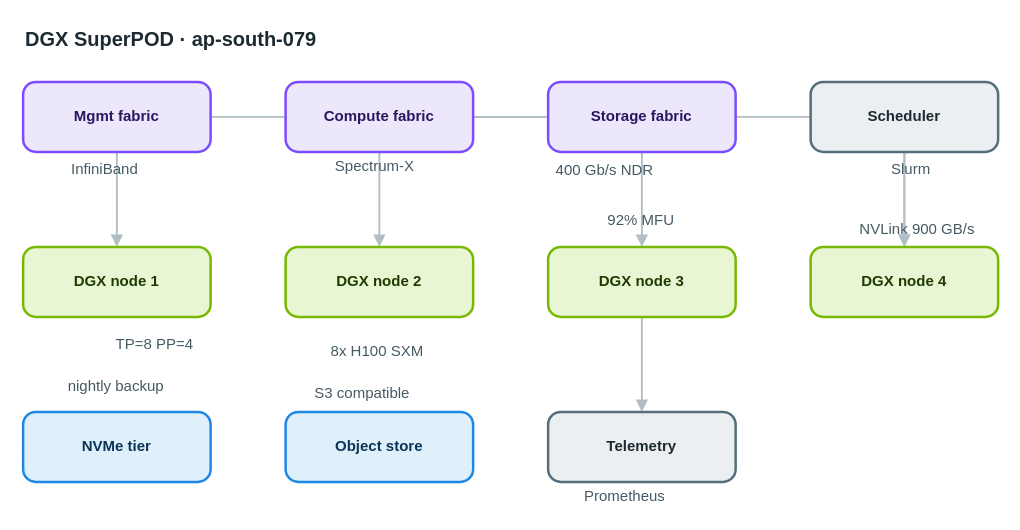
Before: apps/web/public/samples/library/079-dgx-superpod.drawio in AryanG01/open-apprentice, a draw.io diagram. Source tidied: cells renumbered, new cells numbered last; positions are measured from the earlier drawing's top-left corner, leaving out a move shared by most shapes. Both pictures are drawn from the tidied source at 125%, with x=0, y=0 at pixel (22, 21).
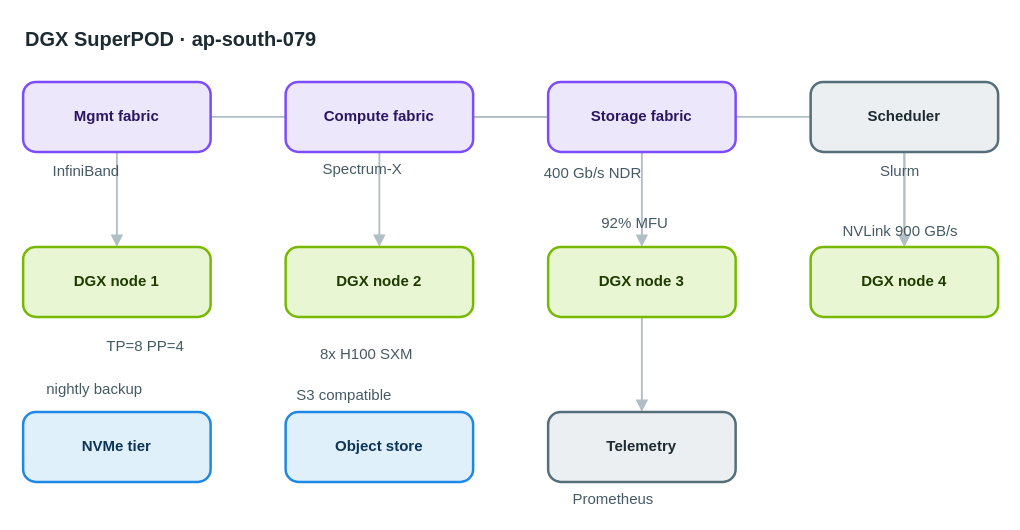
The same page after the edit.

Change to the diagram source:
```diff
@@
-    <mxCell id="20" value="InfiniBand" style="text;html=1;align=center;verticalAlign=middle;whiteSpace=nowrap;strokeColor=none;fillColor=none;fontSize=12;fontColor=#455a64;" parent="1" vertex="1">
+    <mxCell id="20" value="InfiniBand" style="text;html=1;align=left;verticalAlign=top;whiteSpace=nowrap;spacing=0;spacingTop=0;strokeColor=none;fillColor=none;fontSize=12;fontColor=#455a64;" parent="1" vertex="1">
       <mxGeometry x="24" y="108" width="82" height="20" as="geometry" />
     </mxCell>
-    <mxCell id="21" value="Spectrum-X" style="text;html=1;align=center;verticalAlign=middle;whiteSpace=nowrap;strokeColor=none;fillColor=none;fontSize=12;fontColor=#455a64;" parent="1" vertex="1">
+    <mxCell id="21" value="Spectrum-X" style="text;html=1;align=left;verticalAlign=top;whiteSpace=nowrap;spacing=0;spacingTop=0;strokeColor=none;fillColor=none;fontSize=12;fontColor=#455a64;" parent="1" vertex="1">
       <mxGeometry x="240" y="106" width="82" height="20" as="geometry" />
     </mxCell>
-    <mxCell id="22" value="400 Gb/s NDR" style="text;html=1;align=center;verticalAlign=middle;whiteSpace=nowrap;strokeColor=none;fillColor=none;fontSize=12;fontColor=#455a64;" parent="1" vertex="1">
+    <mxCell id="22" value="400 Gb/s NDR" style="text;html=1;align=left;verticalAlign=top;whiteSpace=nowrap;spacing=0;spacingTop=0;strokeColor=none;fillColor=none;fontSize=12;fontColor=#455a64;" parent="1" vertex="1">
       <mxGeometry x="417" y="109" width="96" height="20" as="geometry" />
     </mxCell>
-    <mxCell id="23" value="TP=8 PP=4" style="text;html=1;align=center;verticalAlign=middle;whiteSpace=nowrap;strokeColor=none;fillColor=none;fontSize=12;fontColor=#455a64;" parent="1" vertex="1">
+    <mxCell id="23" value="TP=8 PP=4" style="text;html=1;align=left;verticalAlign=top;whiteSpace=nowrap;spacing=0;spacingTop=0;strokeColor=none;fillColor=none;fontSize=12;fontColor=#455a64;" parent="1" vertex="1">
       <mxGeometry x="67" y="248" width="75" height="20" as="geometry" />
     </mxCell>
-    <mxCell id="24" value="8x H100 SXM" style="text;html=1;align=center;verticalAlign=middle;whiteSpace=nowrap;strokeColor=none;fillColor=none;fontSize=12;fontColor=#455a64;" parent="1" vertex="1">
+    <mxCell id="24" value="8x H100 SXM" style="text;html=1;align=left;verticalAlign=top;whiteSpace=nowrap;spacing=0;spacingTop=0;strokeColor=none;fillColor=none;fontSize=12;fontColor=#455a64;" parent="1" vertex="1">
       <mxGeometry x="238" y="254" width="89" height="20" as="geometry" />
     </mxCell>
-    <mxCell id="25" value="92% MFU" style="text;html=1;align=center;verticalAlign=middle;whiteSpace=nowrap;strokeColor=none;fillColor=none;fontSize=12;fontColor=#455a64;" parent="1" vertex="1">
+    <mxCell id="25" value="92% MFU" style="text;html=1;align=left;verticalAlign=top;whiteSpace=nowrap;spacing=0;spacingTop=0;strokeColor=none;fillColor=none;fontSize=12;fontColor=#455a64;" parent="1" vertex="1">
       <mxGeometry x="463" y="149" width="61" height="20" as="geometry" />
     </mxCell>
-    <mxCell id="26" value="NVLink 900 GB/s" style="text;html=1;align=center;verticalAlign=middle;whiteSpace=nowrap;strokeColor=none;fillColor=none;fontSize=12;fontColor=#455a64;" parent="1" vertex="1">
+    <mxCell id="26" value="NVLink 900 GB/s" style="text;html=1;align=left;verticalAlign=top;whiteSpace=nowrap;spacing=0;spacingTop=0;strokeColor=none;fillColor=none;fontSize=12;fontColor=#455a64;" parent="1" vertex="1">
       <mxGeometry x="656" y="156" width="117" height="20" as="geometry" />
     </mxCell>
-    <mxCell id="27" value="nightly backup" style="text;html=1;align=center;verticalAlign=middle;whiteSpace=nowrap;strokeColor=none;fillColor=none;fontSize=12;fontColor=#455a64;" parent="1" vertex="1">
+    <mxCell id="27" value="nightly backup" style="text;html=1;align=left;verticalAlign=top;whiteSpace=nowrap;spacing=0;spacingTop=0;strokeColor=none;fillColor=none;fontSize=12;fontColor=#455a64;" parent="1" vertex="1">
       <mxGeometry x="19" y="282" width="110" height="20" as="geometry" />
     </mxCell>
-    <mxCell id="28" value="S3 compatible" style="text;html=1;align=center;verticalAlign=middle;whiteSpace=nowrap;strokeColor=none;fillColor=none;fontSize=12;fontColor=#455a64;" parent="1" vertex="1">
+    <mxCell id="28" value="S3 compatible" style="text;html=1;align=left;verticalAlign=top;whiteSpace=nowrap;spacing=0;spacingTop=0;strokeColor=none;fillColor=none;fontSize=12;fontColor=#455a64;" parent="1" vertex="1">
       <mxGeometry x="219" y="287" width="103" height="20" as="geometry" />
     </mxCell>
-    <mxCell id="29" value="Slurm" style="text;html=1;align=center;verticalAlign=middle;whiteSpace=nowrap;strokeColor=none;fillColor=none;fontSize=12;fontColor=#455a64;" parent="1" vertex="1">
+    <mxCell id="29" value="Slurm" style="text;html=1;align=left;verticalAlign=top;whiteSpace=nowrap;spacing=0;spacingTop=0;strokeColor=none;fillColor=none;fontSize=12;fontColor=#455a64;" parent="1" vertex="1">
       <mxGeometry x="686" y="108" width="47" height="20" as="geometry" />
     </mxCell>
-    <mxCell id="30" value="Prometheus" style="text;html=1;align=center;verticalAlign=middle;whiteSpace=nowrap;strokeColor=none;fillColor=none;fontSize=12;fontColor=#455a64;" parent="1" vertex="1">
+    <mxCell id="30" value="Prometheus" style="text;html=1;align=left;verticalAlign=top;whiteSpace=nowrap;spacing=0;spacingTop=0;strokeColor=none;fillColor=none;fontSize=12;fontColor=#455a64;" parent="1" vertex="1">
       <mxGeometry x="440" y="370" width="82" height="20" as="geometry" />
     </mxCell>
```
